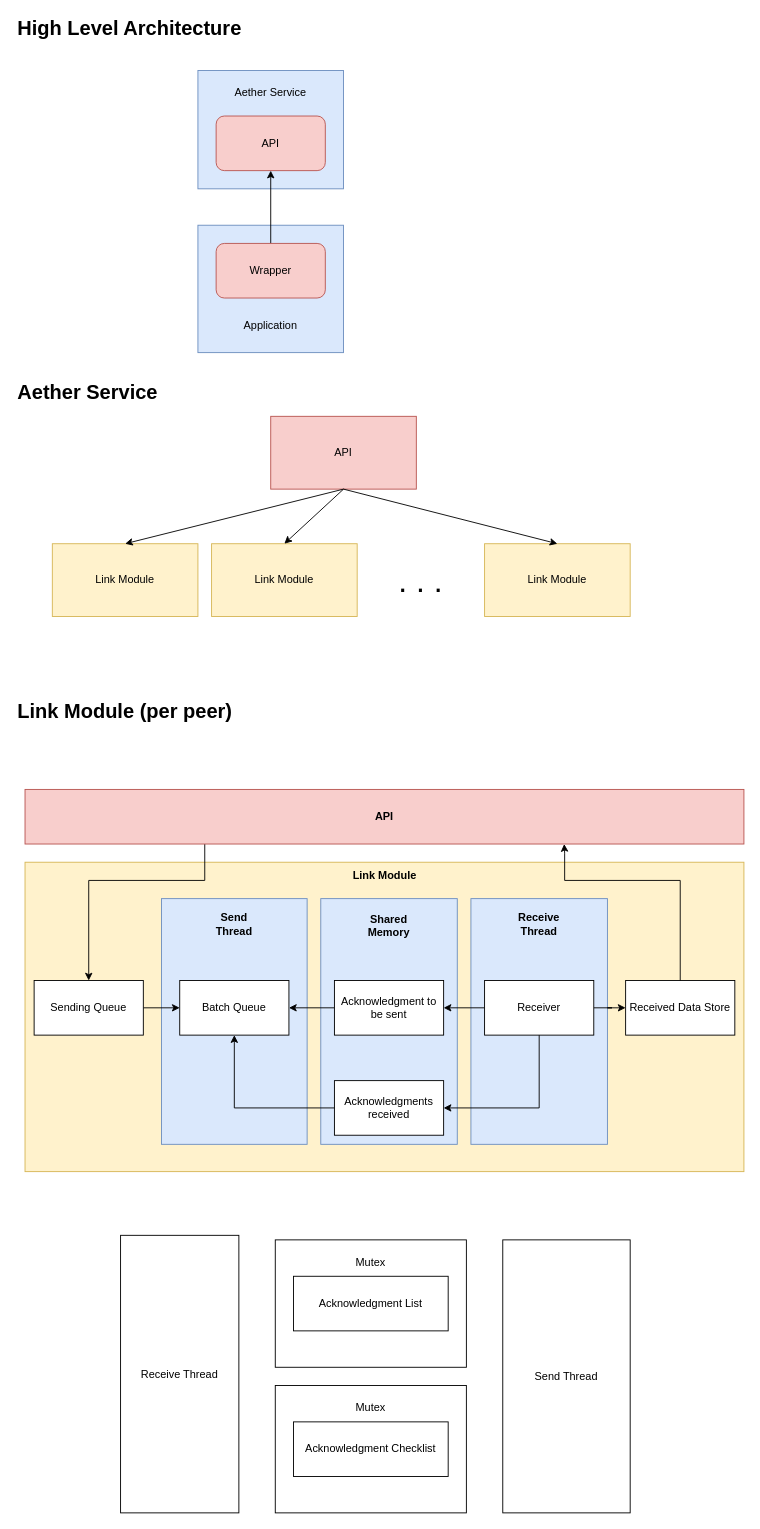
The draw.io diagram page "Architecture" (1 of 4) of Software-Architecture.drawio in Prototype-Aether/Prototype-Aether, before the edit. Source tidied: cells renumbered, new cells numbered last; positions are measured from the earlier drawing's top-left corner, leaving out a move shared by most shapes. Both pictures are drawn from the tidied source at 91%, with x=0, y=0 at pixel (15, 15).
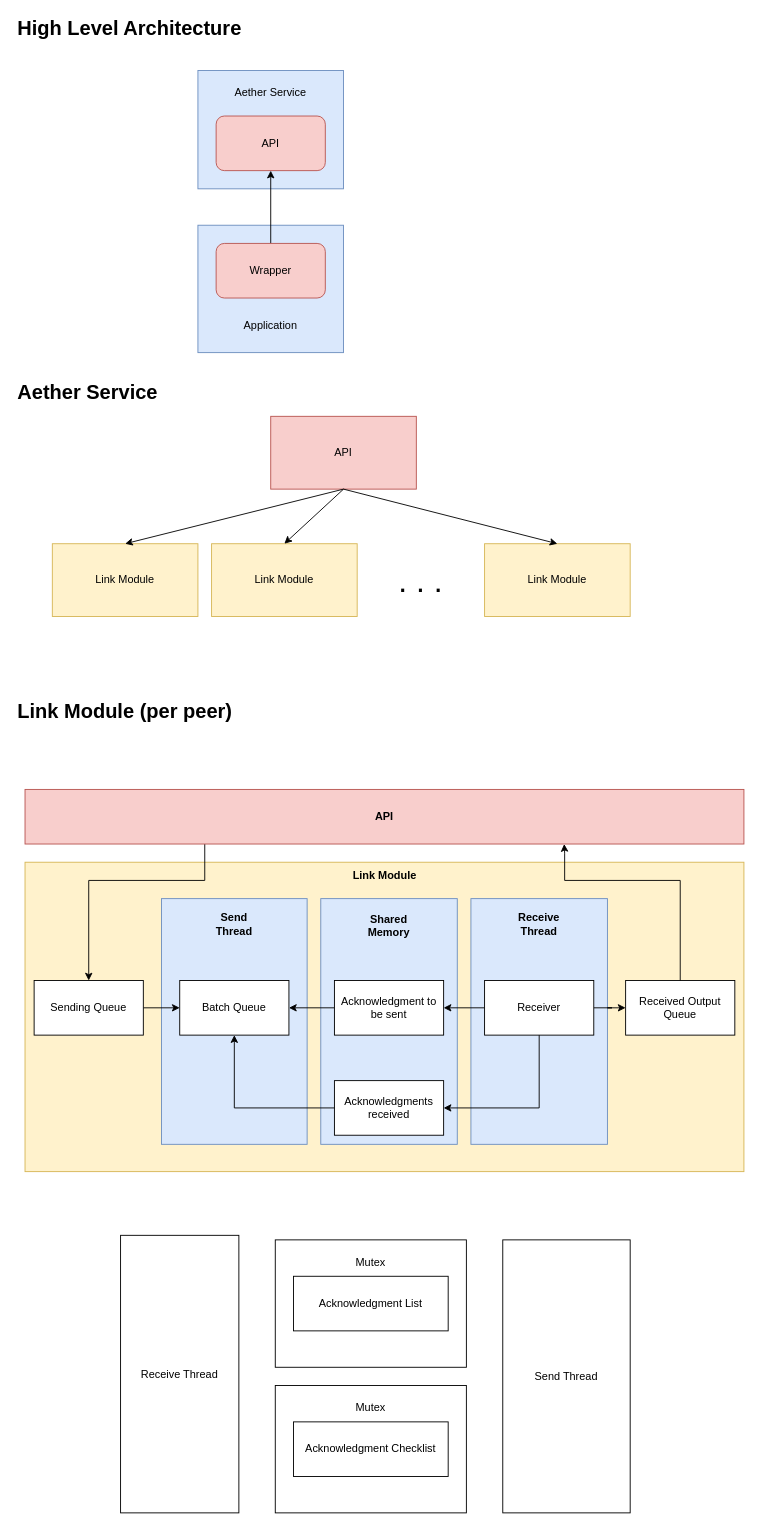
Above is the later version.

Change to the diagram source:
```diff
@@
-    <mxCell id="23" value="Received Data Store" style="whiteSpace=wrap;html=1;rounded=0;" parent="1" vertex="1">
+    <mxCell id="23" value="Received Output Queue" style="whiteSpace=wrap;html=1;rounded=0;" parent="1" vertex="1">
       <mxGeometry x="670" y="1060" width="120" height="60" as="geometry" />
     </mxCell>
```
